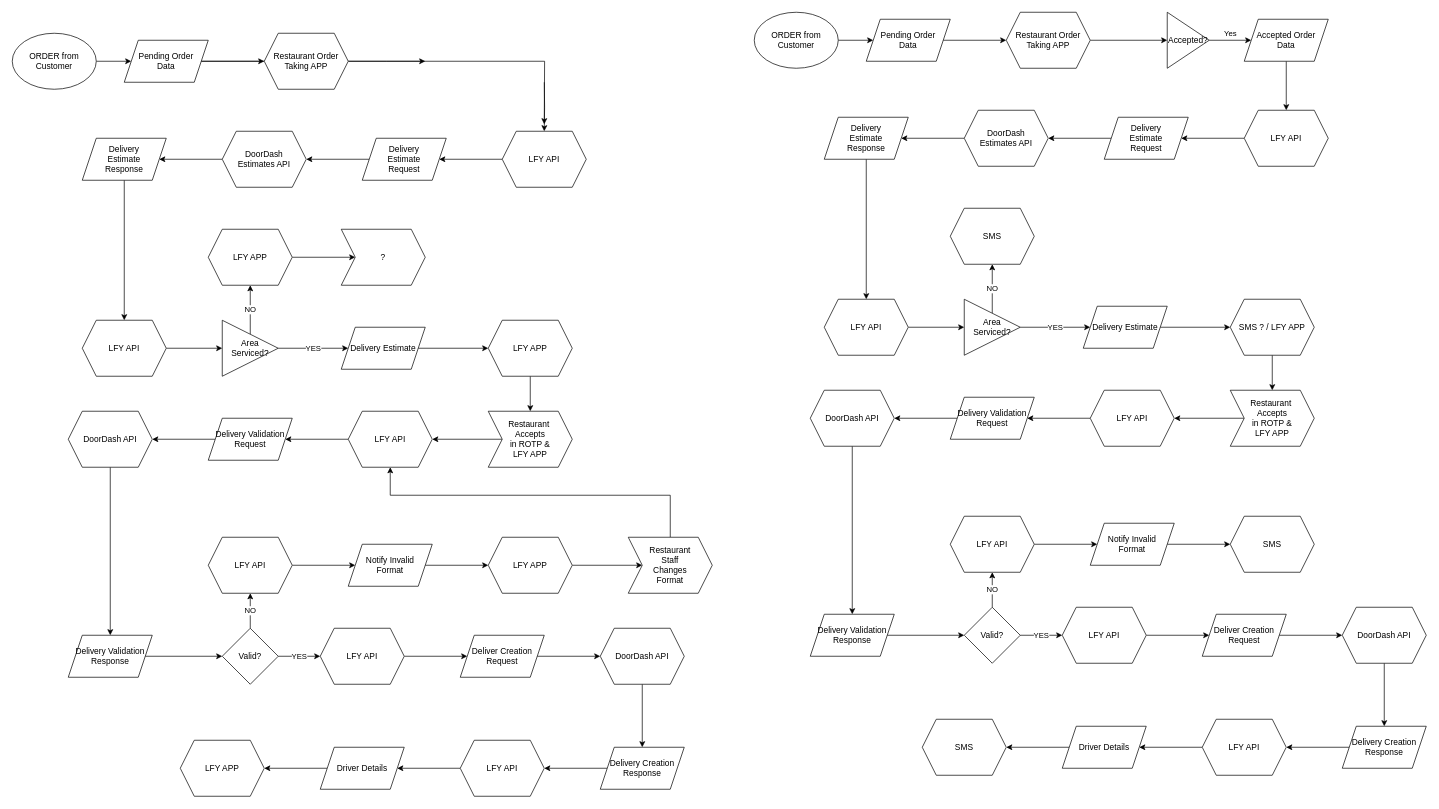
This is flowchart.drawio from vancedegz/LFY-DoorDash-FlowChart, a draw.io file, before an edit. Source tidied: cells renumbered, new cells numbered last; positions are measured from the earlier drawing's top-left corner, leaving out a move shared by most shapes. Both pictures are drawn from the tidied source at 70%, with x=0, y=0 at pixel (12, 12).
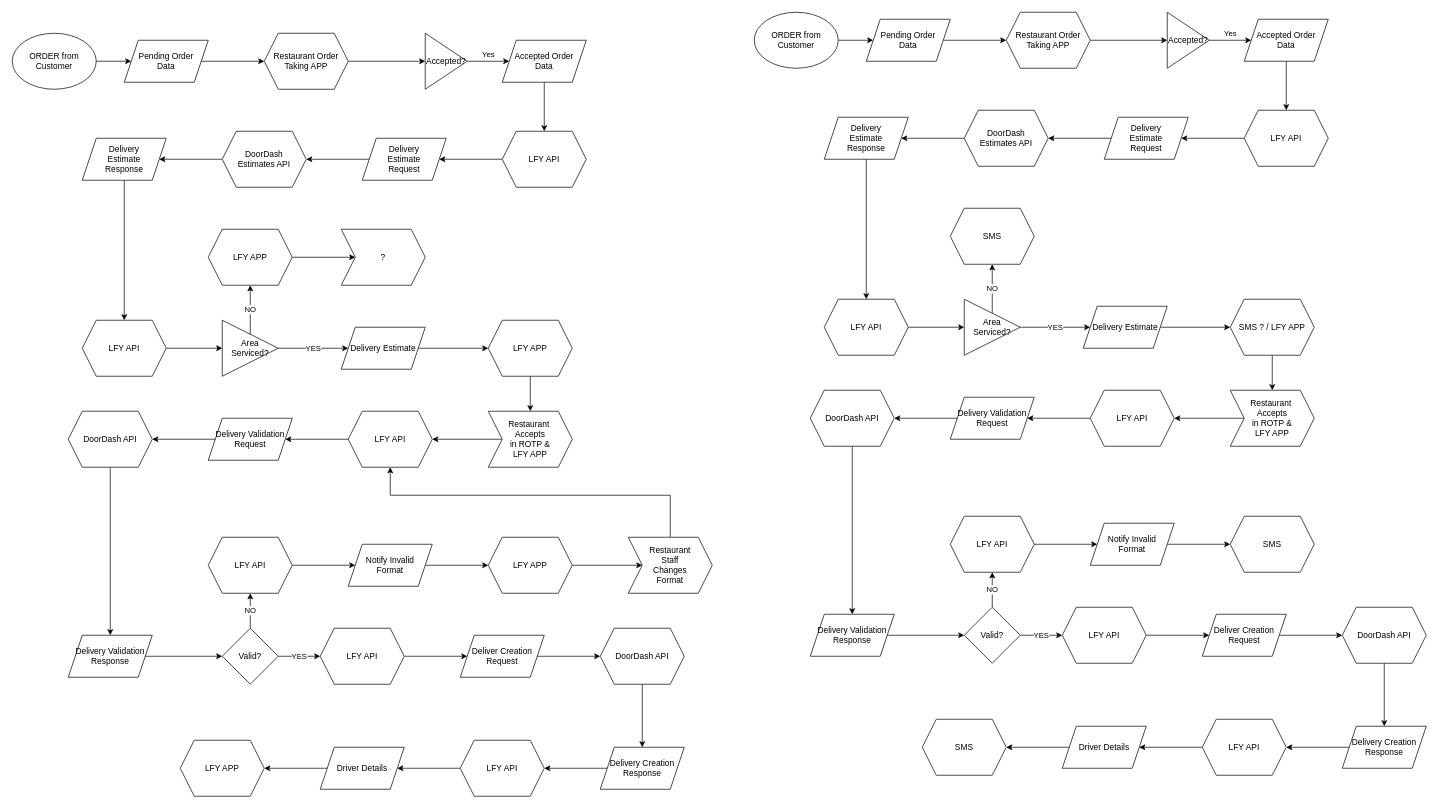
Above is the later version.

Unchanged cells that the change refers to:
```xml
<mxCell id="6" value="Pending Order &lt;br&gt;Data" style="shape=parallelogram;perimeter=parallelogramPerimeter;whiteSpace=wrap;html=1;fixedSize=1;" parent="1" vertex="1">
  <mxGeometry x="160" y="40" width="120" height="60" as="geometry" />
</mxCell>
<mxCell id="8" value="Restaurant Order&lt;br&gt;Taking APP" style="shape=hexagon;perimeter=hexagonPerimeter2;whiteSpace=wrap;html=1;fixedSize=1;" parent="1" vertex="1">
  <mxGeometry x="360" y="30" width="120" height="80" as="geometry" />
</mxCell>
<mxCell id="11" value="LFY API" style="shape=hexagon;perimeter=hexagonPerimeter2;whiteSpace=wrap;html=1;fixedSize=1;" parent="1" vertex="1">
  <mxGeometry x="700" y="170" width="120" height="80" as="geometry" />
</mxCell>
```

The edit, as a diff of the source:
```diff
@@
-    <mxCell id="5" style="edgeStyle=orthogonalEdgeStyle;rounded=0;jettySize=auto;html=1;" parent="1" edge="1" source="6">
-      <mxGeometry relative="1" as="geometry">
-        <mxPoint x="760" y="160" as="targetPoint" />
-      </mxGeometry>
-    </mxCell>
@@
-    <mxCell id="7" style="edgeStyle=orthogonalEdgeStyle;rounded=0;jettySize=auto;html=1;" parent="1" edge="1" source="8">
-      <mxGeometry relative="1" as="geometry">
-        <mxPoint x="590" y="70" as="targetPoint" />
-      </mxGeometry>
+    <mxCell id="7" style="edgeStyle=orthogonalEdgeStyle;rounded=0;jettySize=auto;html=1;" parent="1" edge="1" source="8" target="124">
+      <mxGeometry relative="1" as="geometry" />
     </mxCell>
@@
+    <mxCell id="123" value="Yes" style="edgeStyle=orthogonalEdgeStyle;rounded=0;jettySize=auto;html=1;" parent="1" edge="1" source="124" target="125">
+      <mxGeometry y="10" relative="1" as="geometry" />
+    </mxCell>
+    <mxCell id="124" value="Accepted?" style="triangle;whiteSpace=wrap;html=1;" parent="1" vertex="1">
+      <mxGeometry x="590" y="30" width="60" height="80" as="geometry" />
+    </mxCell>
-    <mxCell id="9" style="edgeStyle=orthogonalEdgeStyle;rounded=0;jettySize=auto;html=1;" parent="1" edge="1" target="11">
-      <mxGeometry relative="1" as="geometry">
-        <mxPoint x="760" y="100" as="sourcePoint" />
-      </mxGeometry>
+    <mxCell id="9" style="edgeStyle=orthogonalEdgeStyle;rounded=0;jettySize=auto;html=1;" parent="1" edge="1" source="125" target="11">
+      <mxGeometry relative="1" as="geometry" />
     </mxCell>
+    <mxCell id="125" value="Accepted Order&lt;br&gt;Data" style="shape=parallelogram;perimeter=parallelogramPerimeter;whiteSpace=wrap;html=1;fixedSize=1;" parent="1" vertex="1">
+      <mxGeometry x="700" y="40" width="120" height="60" as="geometry" />
+    </mxCell>
```
